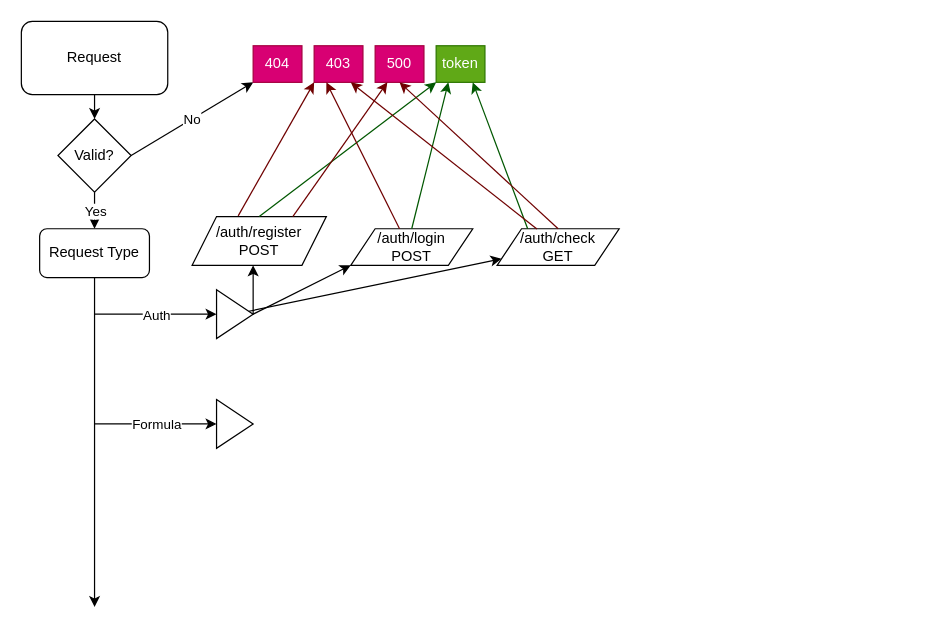
This is misc/api-model.dio from klaus-mana/formu, a draw.io file, before an edit. Source tidied: cells renumbered, new cells numbered last; positions are measured from the earlier drawing's top-left corner, leaving out a move shared by most shapes. Both pictures are drawn from the tidied source at 122%, with x=0, y=0 at pixel (21, 21).
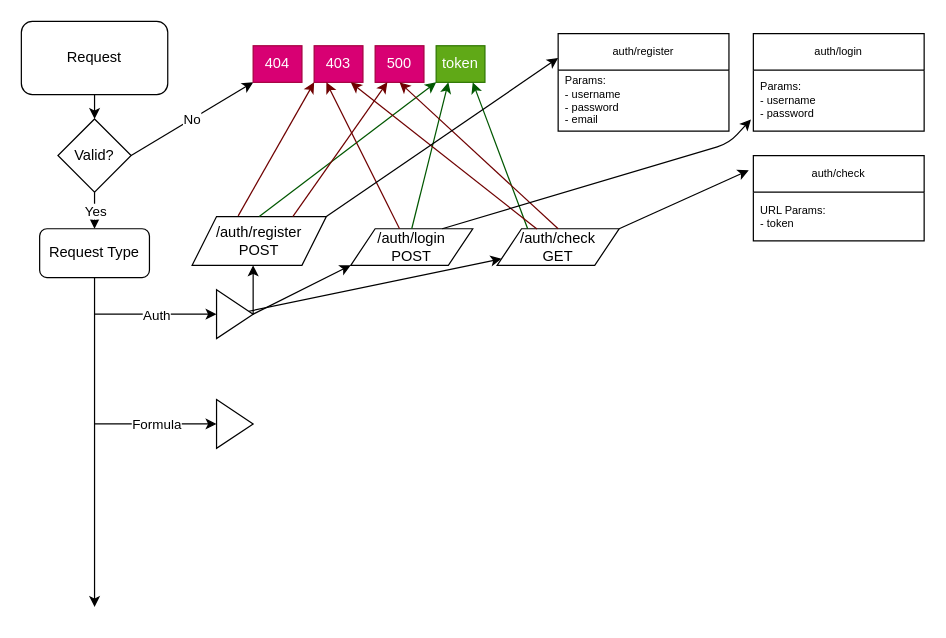
The same diagram, later.

Commit message:
Update api-model diagram with required params

The change refers to these unchanged cells:
```xml
<mxCell id="18" value="/auth/register&lt;br&gt;POST" style="shape=parallelogram;perimeter=parallelogramPerimeter;whiteSpace=wrap;html=1;fixedSize=1;" parent="1" vertex="1">
  <mxGeometry x="140" y="160" width="110" height="40" as="geometry" />
</mxCell>
<mxCell id="19" value="/auth/login&lt;br&gt;POST" style="shape=parallelogram;perimeter=parallelogramPerimeter;whiteSpace=wrap;html=1;fixedSize=1;" parent="1" vertex="1">
  <mxGeometry x="270" y="170" width="100" height="30" as="geometry" />
</mxCell>
<mxCell id="20" value="/auth/check&lt;br&gt;GET" style="shape=parallelogram;perimeter=parallelogramPerimeter;whiteSpace=wrap;html=1;fixedSize=1;" parent="1" vertex="1">
  <mxGeometry x="390" y="170" width="100" height="30" as="geometry" />
</mxCell>
```

What changed in the source:
```diff
@@
+    <mxCell id="35" style="endArrow=classic;html=1;exitX=1;exitY=0;exitDx=0;exitDy=0;entryX=0;entryY=0.25;entryDx=0;entryDy=0;" parent="1" edge="1" source="18" target="36">
+      <mxGeometry relative="1" as="geometry" />
+    </mxCell>
+    <mxCell id="36" value="auth/register" style="swimlane;fontStyle=0;horizontal=1;startSize=30;whiteSpace=wrap;html=1;fontSize=9;" parent="1" vertex="1">
+      <mxGeometry x="440" y="10" width="140" height="80" as="geometry" />
+    </mxCell>
+    <mxCell id="37" value="Params:&lt;br&gt;- username&lt;br&gt;- password&lt;br&gt;- email" style="text;strokeColor=none;fillColor=none;align=left;verticalAlign=middle;spacingLeft=4;spacingRight=4;overflow=hidden;whiteSpace=wrap;html=1;fontSize=9;" parent="36" vertex="1">
+      <mxGeometry y="30" width="140" height="50" as="geometry" />
+    </mxCell>
+    <mxCell id="38" value="auth/login" style="swimlane;fontStyle=0;horizontal=1;startSize=30;whiteSpace=wrap;html=1;fontSize=9;" parent="1" vertex="1">
+      <mxGeometry x="600" y="10" width="140" height="80" as="geometry" />
+    </mxCell>
+    <mxCell id="39" value="Params:&lt;br&gt;- username&lt;br&gt;- password" style="text;strokeColor=none;fillColor=none;align=left;verticalAlign=middle;spacingLeft=4;spacingRight=4;overflow=hidden;points=[[0,0.5],[1,0.5]];portConstraint=eastwest;whiteSpace=wrap;html=1;fontSize=9;" parent="38" vertex="1">
+      <mxGeometry y="30" width="140" height="50" as="geometry" />
+    </mxCell>
+    <mxCell id="40" value="auth/check" style="swimlane;fontStyle=0;horizontal=1;startSize=30;whiteSpace=wrap;html=1;fontSize=9;" parent="1" vertex="1">
+      <mxGeometry x="600" y="110" width="140" height="70" as="geometry" />
+    </mxCell>
+    <mxCell id="41" value="URL Params:&lt;br&gt;- token" style="text;strokeColor=none;fillColor=none;align=left;verticalAlign=middle;spacingLeft=4;spacingRight=4;overflow=hidden;whiteSpace=wrap;html=1;fontSize=9;" parent="40" vertex="1">
+      <mxGeometry y="30" width="140" height="40" as="geometry" />
+    </mxCell>
+    <mxCell id="42" style="endArrow=classic;html=1;exitX=1;exitY=0;exitDx=0;exitDy=0;entryX=-0.027;entryY=0.173;entryDx=0;entryDy=0;entryPerimeter=0;" parent="1" edge="1" source="20" target="40">
+      <mxGeometry relative="1" as="geometry" />
+    </mxCell>
+    <mxCell id="43" style="endArrow=classic;html=1;exitX=0.75;exitY=0;exitDx=0;exitDy=0;entryX=-0.014;entryY=0.809;entryDx=0;entryDy=0;entryPerimeter=0;" parent="1" edge="1" source="19" target="39">
+      <mxGeometry relative="1" as="geometry">
+        <Array as="points">
+          <mxPoint x="580" y="100" />
+        </Array>
+      </mxGeometry>
+    </mxCell>
```
